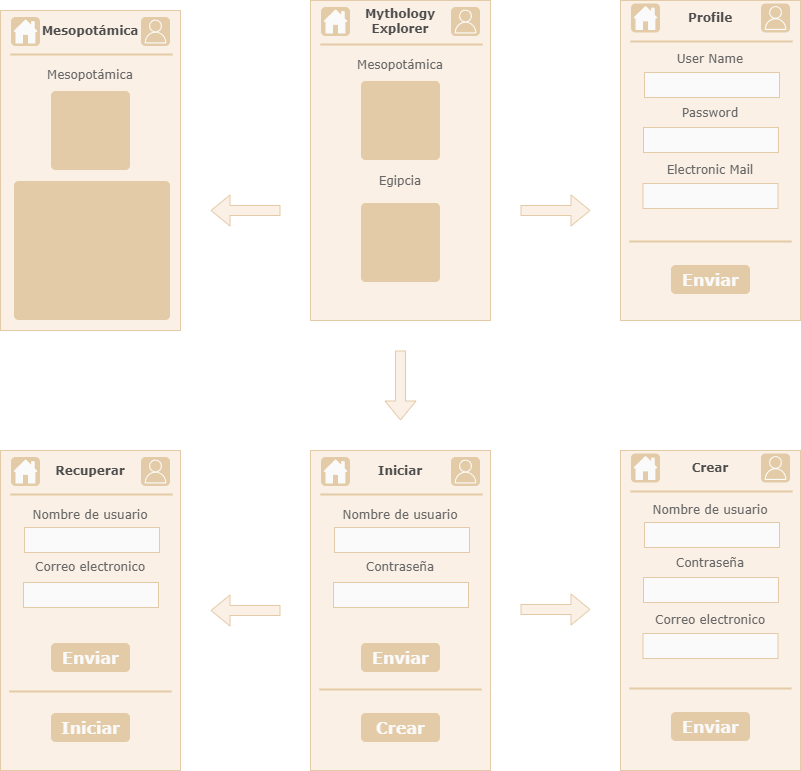
Before: images/mookups.drawio.png, a diagram exported from draw.io (alexfdb/mythology-explorer). Source tidied: cells renumbered, new cells last; positions are measured from the earlier drawing's top-left corner, leaving out a move shared by most shapes.
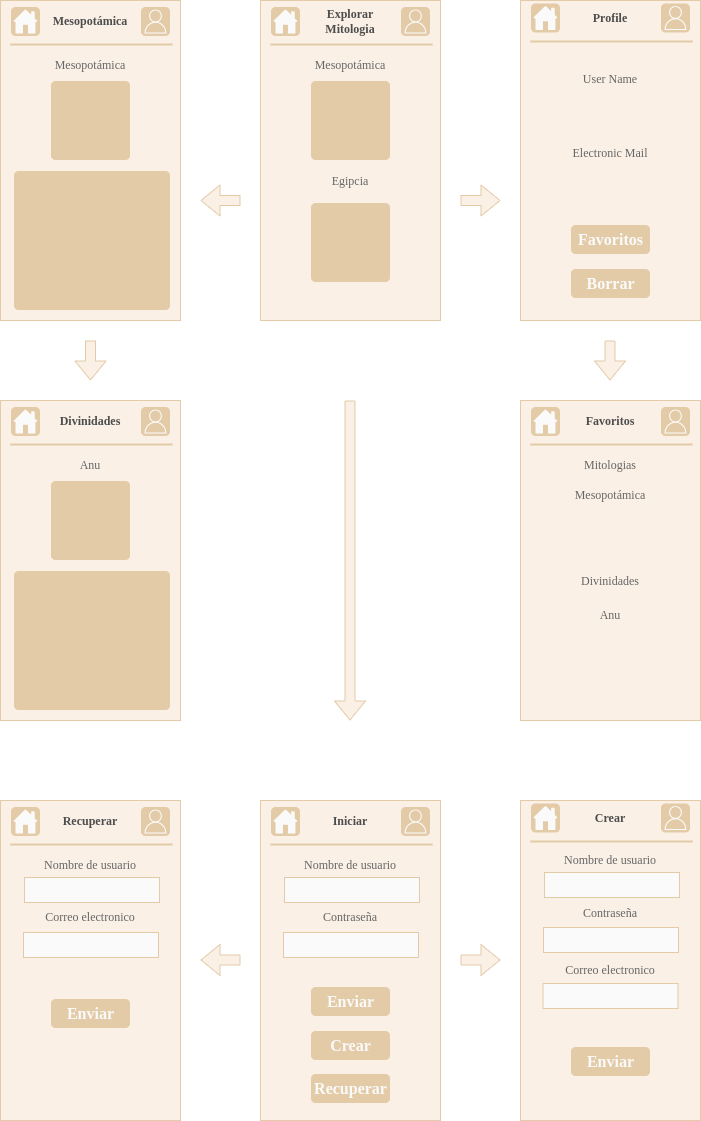
After the change.

Commit message:
Se actualizan los mookups #5

The edit, as a diff of the source:
```diff
@@ -5,3 +5,3 @@
     <mxCell id="2" style="strokeWidth=1;shadow=0;dashed=0;align=center;html=1;shape=mxgraph.mockup.forms.rrect;rSize=0;strokeColor=#E4CBA7;fillColor=#FAF0E6;rounded=1;fontColor=#D9C29E;fontFamily=Verdana;" parent="1" vertex="1">
-      <mxGeometry x="310" y="450" width="180" height="320" as="geometry" />
+      <mxGeometry x="260" y="410" width="180" height="320" as="geometry" />
     </mxCell>
@@ -24,10 +24,5 @@
       <mxGeometry y="1" width="80" height="30" relative="1" as="geometry">
-        <mxPoint x="50" y="-128" as="offset" />
+        <mxPoint x="50" y="-134" as="offset" />
       </mxGeometry>
     </mxCell>
-    <mxCell id="7" style="shape=line;strokeColor=#E4CBA7;strokeWidth=2;html=1;rounded=1;fontFamily=Verdana;" parent="2" vertex="1">
-      <mxGeometry y="1" width="162" height="10" relative="1" as="geometry">
-        <mxPoint x="9" y="-86" as="offset" />
-      </mxGeometry>
-    </mxCell>
     <mxCell id="8" style="strokeWidth=1;shadow=0;dashed=0;align=center;html=1;shape=mxgraph.mockup.forms.anchor;fontSize=12;fontColor=#666666;align=left;spacingLeft=0;rounded=1;fontFamily=Verdana;" parent="2" vertex="1">
@@ -56,3 +51,3 @@
     <mxCell id="15" value="Crear" style="strokeWidth=1;shadow=0;dashed=0;align=center;html=1;shape=mxgraph.mockup.forms.rrect;rSize=5;strokeColor=#FAF0E6;fontColor=#FAFAFA;fillColor=#E4CBA7;fontSize=16;fontStyle=1;rounded=1;fontFamily=Verdana;" parent="2" vertex="1">
-      <mxGeometry x="50" y="262" width="80" height="30" as="geometry" />
+      <mxGeometry x="50" y="230" width="80" height="30" as="geometry" />
     </mxCell>
@@ -61,4 +56,7 @@
     </mxCell>
+    <mxCell id="92" value="Recuperar" style="strokeWidth=1;shadow=0;dashed=0;align=center;html=1;shape=mxgraph.mockup.forms.rrect;rSize=5;strokeColor=#FAF0E6;fontColor=#FAFAFA;fillColor=#E4CBA7;fontSize=16;fontStyle=1;rounded=1;fontFamily=Verdana;" parent="2" vertex="1">
+      <mxGeometry x="50" y="273" width="80" height="30" as="geometry" />
+    </mxCell>
     <mxCell id="17" style="strokeWidth=1;shadow=0;dashed=0;align=center;html=1;shape=mxgraph.mockup.forms.rrect;rSize=0;strokeColor=#E4CBA7;fillColor=#FAF0E6;rounded=1;fontColor=#D9C29E;fontFamily=Verdana;" parent="1" vertex="1">
-      <mxGeometry x="620" y="450" width="180" height="320" as="geometry" />
+      <mxGeometry x="520" y="410" width="180" height="320" as="geometry" />
     </mxCell>
@@ -79,7 +77,2 @@
     </mxCell>
-    <mxCell id="21" style="shape=line;strokeColor=#E4CBA7;strokeWidth=2;html=1;rounded=1;fontFamily=Verdana;" parent="17" vertex="1">
-      <mxGeometry y="1" width="162" height="10" relative="1" as="geometry">
-        <mxPoint x="9" y="-87" as="offset" />
-      </mxGeometry>
-    </mxCell>
     <mxCell id="22" style="strokeWidth=1;shadow=0;dashed=0;align=center;html=1;shape=mxgraph.mockup.forms.anchor;fontSize=12;fontColor=#666666;align=left;spacingLeft=0;rounded=1;fontFamily=Verdana;" parent="17" vertex="1">
@@ -91,3 +84,3 @@
       <mxGeometry y="1" width="80" height="30" relative="1" as="geometry">
-        <mxPoint x="50" y="-59" as="offset" />
+        <mxPoint x="50" y="-74" as="offset" />
       </mxGeometry>
@@ -123,4 +116,4 @@
       <mxGeometry relative="1" as="geometry">
-        <mxPoint x="520" y="609" as="sourcePoint" />
-        <mxPoint x="590" y="609" as="targetPoint" />
+        <mxPoint x="460" y="569.5" as="sourcePoint" />
+        <mxPoint x="500" y="569.5" as="targetPoint" />
       </mxGeometry>
@@ -128,3 +121,3 @@
     <mxCell id="34" style="strokeWidth=1;shadow=0;dashed=0;align=center;html=1;shape=mxgraph.mockup.forms.rrect;rSize=0;strokeColor=#E4CBA7;fillColor=#FAF0E6;rounded=1;fontColor=#D9C29E;fontFamily=Verdana;" parent="1" vertex="1">
-      <mxGeometry y="450" width="180" height="320" as="geometry" />
+      <mxGeometry y="410" width="180" height="320" as="geometry" />
     </mxCell>
@@ -147,10 +140,5 @@
       <mxGeometry y="1" width="80" height="30" relative="1" as="geometry">
-        <mxPoint x="50" y="-128" as="offset" />
+        <mxPoint x="50" y="-122" as="offset" />
       </mxGeometry>
     </mxCell>
-    <mxCell id="39" style="shape=line;strokeColor=#E4CBA7;strokeWidth=2;html=1;rounded=1;fontFamily=Verdana;" parent="34" vertex="1">
-      <mxGeometry y="1" width="162" height="10" relative="1" as="geometry">
-        <mxPoint x="9" y="-84" as="offset" />
-      </mxGeometry>
-    </mxCell>
     <mxCell id="40" style="strokeWidth=1;shadow=0;dashed=0;align=center;html=1;shape=mxgraph.mockup.forms.anchor;fontSize=12;fontColor=#666666;align=left;spacingLeft=0;rounded=1;fontFamily=Verdana;" parent="34" vertex="1">
@@ -181,9 +169,6 @@
     </mxCell>
-    <mxCell id="48" value="Iniciar" style="strokeWidth=1;shadow=0;dashed=0;align=center;html=1;shape=mxgraph.mockup.forms.rrect;rSize=5;strokeColor=#FAF0E6;fontColor=#FAFAFA;fillColor=#E4CBA7;fontSize=16;fontStyle=1;rounded=1;fontFamily=Verdana;" parent="34" vertex="1">
-      <mxGeometry x="50" y="262" width="80" height="30" as="geometry" />
-    </mxCell>
     <mxCell id="49" style="shape=flexArrow;endArrow=classic;html=1;rounded=1;labelBackgroundColor=#FAF0E6;fillColor=#FAF0E6;strokeColor=#E4CBA7;fontFamily=Verdana;" parent="1" edge="1">
       <mxGeometry relative="1" as="geometry">
-        <mxPoint x="280" y="610" as="sourcePoint" />
-        <mxPoint x="210" y="610" as="targetPoint" />
+        <mxPoint x="240" y="569.5" as="sourcePoint" />
+        <mxPoint x="200" y="569.5" as="targetPoint" />
       </mxGeometry>
@@ -191,3 +176,3 @@
     <mxCell id="50" style="strokeWidth=1;shadow=0;dashed=0;align=center;html=1;shape=mxgraph.mockup.forms.rrect;rSize=0;strokeColor=#E4CBA7;fillColor=#FAF0E6;rounded=1;fontColor=#D9C29E;fontFamily=Verdana;" parent="1" vertex="1">
-      <mxGeometry x="310" width="180" height="320" as="geometry" />
+      <mxGeometry x="260" y="-390" width="180" height="320" as="geometry" />
     </mxCell>
@@ -221,3 +206,3 @@
     </mxCell>
-    <mxCell id="59" value="&lt;font style=&quot;color: rgb(77, 77, 77);&quot;&gt;Mythology&lt;/font&gt;&lt;div&gt;&lt;font style=&quot;color: rgb(77, 77, 77);&quot;&gt;Explorer&lt;/font&gt;&lt;/div&gt;" style="text;html=1;align=center;verticalAlign=middle;whiteSpace=wrap;rounded=0;fontColor=#4D4D4D;fontSize=12;fontStyle=1;fontFamily=Verdana;" parent="50" vertex="1">
+    <mxCell id="59" value="Explorar&lt;div&gt;Mitologia&lt;/div&gt;" style="text;html=1;align=center;verticalAlign=middle;whiteSpace=wrap;rounded=0;fontColor=#4D4D4D;fontSize=12;fontStyle=1;fontFamily=Verdana;" parent="50" vertex="1">
       <mxGeometry x="20" y="3.5" width="140" height="35" as="geometry" />
@@ -232,4 +217,4 @@
       <mxGeometry relative="1" as="geometry">
-        <mxPoint x="400" y="350" as="sourcePoint" />
-        <mxPoint x="400" y="420" as="targetPoint" />
+        <mxPoint x="349.5" y="10" as="sourcePoint" />
+        <mxPoint x="349.5" y="330" as="targetPoint" />
       </mxGeometry>
@@ -237,3 +222,3 @@
     <mxCell id="63" style="strokeWidth=1;shadow=0;dashed=0;align=center;html=1;shape=mxgraph.mockup.forms.rrect;rSize=0;strokeColor=#E4CBA7;fillColor=#FAF0E6;rounded=1;fontColor=#D9C29E;fontFamily=Verdana;" parent="1" vertex="1">
-      <mxGeometry y="10" width="180" height="320" as="geometry" />
+      <mxGeometry y="-390" width="180" height="320" as="geometry" />
     </mxCell>
@@ -275,4 +260,4 @@
       <mxGeometry relative="1" as="geometry">
-        <mxPoint x="280" y="210" as="sourcePoint" />
-        <mxPoint x="210" y="210" as="targetPoint" />
+        <mxPoint x="240" y="-190" as="sourcePoint" />
+        <mxPoint x="200" y="-190" as="targetPoint" />
       </mxGeometry>
@@ -281,4 +266,4 @@
       <mxGeometry relative="1" as="geometry">
-        <mxPoint x="520" y="210" as="sourcePoint" />
-        <mxPoint x="590" y="210" as="targetPoint" />
+        <mxPoint x="460" y="-190" as="sourcePoint" />
+        <mxPoint x="500" y="-190" as="targetPoint" />
       </mxGeometry>
@@ -286,3 +271,3 @@
     <mxCell id="76" style="strokeWidth=1;shadow=0;dashed=0;align=center;html=1;shape=mxgraph.mockup.forms.rrect;rSize=0;strokeColor=#E4CBA7;fillColor=#FAF0E6;rounded=1;fontColor=#D9C29E;fontFamily=Verdana;" parent="1" vertex="1">
-      <mxGeometry x="620" width="180" height="320" as="geometry" />
+      <mxGeometry x="520" y="-390" width="180" height="320" as="geometry" />
     </mxCell>
@@ -293,17 +278,2 @@
     </mxCell>
-    <mxCell id="78" style="strokeWidth=1;shadow=0;dashed=0;align=center;html=1;shape=mxgraph.mockup.forms.rrect;rSize=0;strokeColor=#E4CBA7;fontColor=#666666;align=left;spacingLeft=5;rounded=1;fillColor=#FAFAFA;fontFamily=Verdana;" parent="76" vertex="1">
-      <mxGeometry width="135" height="25" relative="1" as="geometry">
-        <mxPoint x="24" y="72" as="offset" />
-      </mxGeometry>
-    </mxCell>
-    <mxCell id="79" style="strokeWidth=1;shadow=0;dashed=0;align=center;html=1;shape=mxgraph.mockup.forms.rrect;rSize=0;strokeColor=#E4CBA7;fontColor=#666666;align=left;spacingLeft=5;rounded=1;fillColor=#FAFAFA;fontFamily=Verdana;" parent="76" vertex="1">
-      <mxGeometry width="135" height="25" relative="1" as="geometry">
-        <mxPoint x="23" y="127" as="offset" />
-      </mxGeometry>
-    </mxCell>
-    <mxCell id="80" style="shape=line;strokeColor=#E4CBA7;strokeWidth=2;html=1;rounded=1;fontFamily=Verdana;" parent="76" vertex="1">
-      <mxGeometry y="1" width="162" height="10" relative="1" as="geometry">
-        <mxPoint x="9" y="-84" as="offset" />
-      </mxGeometry>
-    </mxCell>
     <mxCell id="81" style="strokeWidth=1;shadow=0;dashed=0;align=center;html=1;shape=mxgraph.mockup.forms.anchor;fontSize=12;fontColor=#666666;align=left;spacingLeft=0;rounded=1;fontFamily=Verdana;" parent="76" vertex="1">
@@ -313,18 +283,9 @@
     </mxCell>
-    <mxCell id="82" value="Enviar" style="strokeWidth=1;shadow=0;dashed=0;align=center;html=1;shape=mxgraph.mockup.forms.rrect;rSize=5;strokeColor=#FAF0E6;fontColor=#FAFAFA;fillColor=#E4CBA7;fontSize=16;fontStyle=1;rounded=1;fontFamily=Verdana;" parent="76" vertex="1">
+    <mxCell id="82" value="Favoritos" style="strokeWidth=1;shadow=0;dashed=0;align=center;html=1;shape=mxgraph.mockup.forms.rrect;rSize=5;strokeColor=#FAF0E6;fontColor=#FAFAFA;fillColor=#E4CBA7;fontSize=16;fontStyle=1;rounded=1;fontFamily=Verdana;" parent="76" vertex="1">
       <mxGeometry y="1" width="80" height="30" relative="1" as="geometry">
-        <mxPoint x="50" y="-56" as="offset" />
+        <mxPoint x="50" y="-96" as="offset" />
       </mxGeometry>
     </mxCell>
-    <mxCell id="83" value="User Name" style="text;html=1;align=center;verticalAlign=middle;whiteSpace=wrap;rounded=0;fontColor=#666666;fontFamily=Verdana;" parent="76" vertex="1">
-      <mxGeometry x="55" y="54" width="70" height="10" as="geometry" />
-    </mxCell>
-    <mxCell id="84" value="Password" style="text;html=1;align=center;verticalAlign=middle;whiteSpace=wrap;rounded=0;fontColor=#666666;fontFamily=Verdana;" parent="76" vertex="1">
-      <mxGeometry x="55" y="108" width="70" height="10" as="geometry" />
-    </mxCell>
-    <mxCell id="85" style="strokeWidth=1;shadow=0;dashed=0;align=center;html=1;shape=mxgraph.mockup.forms.rrect;rSize=0;strokeColor=#E4CBA7;fontColor=#666666;align=left;spacingLeft=5;rounded=1;fillColor=#FAFAFA;fontFamily=Verdana;" parent="76" vertex="1">
-      <mxGeometry x="22.5" y="183" width="135" height="25" as="geometry" />
-    </mxCell>
     <mxCell id="86" value="Electronic Mail" style="text;html=1;align=center;verticalAlign=middle;whiteSpace=wrap;rounded=0;fontColor=#666666;fontFamily=Verdana;" parent="76" vertex="1">
-      <mxGeometry x="20" y="165" width="140" height="10" as="geometry" />
+      <mxGeometry x="20" y="148" width="140" height="10" as="geometry" />
     </mxCell>
@@ -345,2 +306,97 @@
     </mxCell>
+    <mxCell id="93" value="Borrar" style="strokeWidth=1;shadow=0;dashed=0;align=center;html=1;shape=mxgraph.mockup.forms.rrect;rSize=5;strokeColor=#FAF0E6;fontColor=#FAFAFA;fillColor=#E4CBA7;fontSize=16;fontStyle=1;rounded=1;fontFamily=Verdana;" parent="76" vertex="1">
+      <mxGeometry x="50" y="268" width="80" height="30" as="geometry" />
+    </mxCell>
+    <mxCell id="94" style="shape=flexArrow;endArrow=classic;html=1;rounded=1;labelBackgroundColor=#FAF0E6;fillColor=#FAF0E6;strokeColor=#E4CBA7;fontFamily=Verdana;" parent="1" edge="1">
+      <mxGeometry relative="1" as="geometry">
+        <mxPoint x="90" y="-50" as="sourcePoint" />
+        <mxPoint x="90" y="-10" as="targetPoint" />
+      </mxGeometry>
+    </mxCell>
+    <mxCell id="95" style="shape=flexArrow;endArrow=classic;html=1;rounded=1;labelBackgroundColor=#FAF0E6;fillColor=#FAF0E6;strokeColor=#E4CBA7;fontFamily=Verdana;" parent="1" edge="1">
+      <mxGeometry relative="1" as="geometry">
+        <mxPoint x="609.5" y="-50" as="sourcePoint" />
+        <mxPoint x="609.5" y="-10" as="targetPoint" />
+      </mxGeometry>
+    </mxCell>
+    <mxCell id="96" style="strokeWidth=1;shadow=0;dashed=0;align=center;html=1;shape=mxgraph.mockup.forms.rrect;rSize=0;strokeColor=#E4CBA7;fillColor=#FAF0E6;rounded=1;fontColor=#D9C29E;fontFamily=Verdana;" parent="1" vertex="1">
+      <mxGeometry y="10" width="180" height="320" as="geometry" />
+    </mxCell>
+    <mxCell id="97" style="shape=line;strokeColor=#E4CBA7;strokeWidth=2;html=1;rounded=1;fontFamily=Verdana;" parent="96" vertex="1">
+      <mxGeometry width="162" height="10" relative="1" as="geometry">
+        <mxPoint x="10" y="39" as="offset" />
+      </mxGeometry>
+    </mxCell>
+    <mxCell id="98" style="strokeWidth=1;shadow=0;dashed=0;align=center;html=1;shape=mxgraph.mockup.forms.anchor;fontSize=12;fontColor=#666666;align=left;spacingLeft=0;rounded=1;fontFamily=Verdana;" parent="96" vertex="1">
+      <mxGeometry y="1" width="135" height="20" relative="1" as="geometry">
+        <mxPoint x="10" y="-64" as="offset" />
+      </mxGeometry>
+    </mxCell>
+    <mxCell id="99" value="Anu" style="text;html=1;align=center;verticalAlign=middle;whiteSpace=wrap;rounded=0;fontColor=#666666;fontFamily=Verdana;" parent="96" vertex="1">
+      <mxGeometry x="55" y="60" width="70" height="10" as="geometry" />
+    </mxCell>
+    <mxCell id="100" style="strokeWidth=1;shadow=0;dashed=0;align=center;html=1;shape=mxgraph.mockup.forms.rrect;rSize=5;strokeColor=#FAF0E6;fontColor=#FAFAFA;fillColor=#E4CBA7;fontSize=16;fontStyle=1;rounded=1;fontFamily=Verdana;" parent="96" vertex="1">
+      <mxGeometry x="10" y="6" width="30" height="30" as="geometry" />
+    </mxCell>
+    <mxCell id="101" style="strokeWidth=1;shadow=0;dashed=0;align=center;html=1;shape=mxgraph.mockup.forms.rrect;rSize=5;strokeColor=#FAF0E6;fontColor=#FAFAFA;fillColor=#E4CBA7;fontSize=16;fontStyle=1;rounded=1;fontFamily=Verdana;" parent="96" vertex="1">
+      <mxGeometry x="140" y="6" width="30" height="30" as="geometry" />
+    </mxCell>
+    <mxCell id="102" style="sketch=0;shadow=0;dashed=0;html=1;strokeColor=none;labelPosition=center;verticalLabelPosition=bottom;verticalAlign=top;align=center;shape=mxgraph.office.concepts.home;fillColor=#FAFAFA;rounded=1;fontFamily=Verdana;" parent="96" vertex="1">
+      <mxGeometry x="13" y="9" width="24" height="24" as="geometry" />
+    </mxCell>
+    <mxCell id="103" style="sketch=0;fontColor=#232F3E;gradientColor=none;fillColor=#FAFAFA;strokeColor=none;dashed=0;verticalLabelPosition=bottom;verticalAlign=top;align=center;html=1;fontSize=12;fontStyle=0;shape=mxgraph.aws4.user;rounded=1;fontFamily=Verdana;" parent="96" vertex="1">
+      <mxGeometry x="143" y="9" width="24" height="24" as="geometry" />
+    </mxCell>
+    <mxCell id="104" value="Divinidades" style="text;html=1;align=center;verticalAlign=middle;whiteSpace=wrap;rounded=0;fontColor=#4D4D4D;fontSize=12;fontStyle=1;fontFamily=Verdana;" parent="96" vertex="1">
+      <mxGeometry x="20" y="3.5" width="140" height="35" as="geometry" />
+    </mxCell>
+    <mxCell id="105" style="strokeWidth=1;shadow=0;dashed=0;align=center;html=1;shape=mxgraph.mockup.forms.rrect;rSize=5;strokeColor=#FAF0E6;fontColor=#FAFAFA;fillColor=#E4CBA7;fontSize=16;fontStyle=1;rounded=1;fontFamily=Verdana;" parent="96" vertex="1">
+      <mxGeometry x="50" y="80" width="80" height="80" as="geometry" />
+    </mxCell>
+    <mxCell id="106" style="strokeWidth=1;shadow=0;dashed=0;align=center;html=1;shape=mxgraph.mockup.forms.rrect;rSize=5;strokeColor=#FAF0E6;fontColor=#FAFAFA;fillColor=#E4CBA7;fontSize=16;fontStyle=1;rounded=1;fontFamily=Verdana;" parent="96" vertex="1">
+      <mxGeometry x="13" y="170" width="157" height="140" as="geometry" />
+    </mxCell>
+    <mxCell id="107" style="strokeWidth=1;shadow=0;dashed=0;align=center;html=1;shape=mxgraph.mockup.forms.rrect;rSize=0;strokeColor=#E4CBA7;fillColor=#FAF0E6;rounded=1;fontColor=#D9C29E;fontFamily=Verdana;" parent="1" vertex="1">
+      <mxGeometry x="520" y="10" width="180" height="320" as="geometry" />
+    </mxCell>
+    <mxCell id="108" style="shape=line;strokeColor=#E4CBA7;strokeWidth=2;html=1;rounded=1;fontFamily=Verdana;" parent="107" vertex="1">
+      <mxGeometry width="162" height="10" relative="1" as="geometry">
+        <mxPoint x="10" y="39" as="offset" />
+      </mxGeometry>
+    </mxCell>
+    <mxCell id="109" style="strokeWidth=1;shadow=0;dashed=0;align=center;html=1;shape=mxgraph.mockup.forms.anchor;fontSize=12;fontColor=#666666;align=left;spacingLeft=0;rounded=1;fontFamily=Verdana;" parent="107" vertex="1">
+      <mxGeometry y="1" width="135" height="20" relative="1" as="geometry">
+        <mxPoint x="10" y="-64" as="offset" />
+      </mxGeometry>
+    </mxCell>
+    <mxCell id="110" value="Mitologias" style="text;html=1;align=center;verticalAlign=middle;whiteSpace=wrap;rounded=0;fontColor=#666666;fontFamily=Verdana;" parent="107" vertex="1">
+      <mxGeometry x="55" y="60" width="70" height="10" as="geometry" />
+    </mxCell>
+    <mxCell id="111" value="Divinidades" style="text;html=1;align=center;verticalAlign=middle;whiteSpace=wrap;rounded=0;fontColor=#666666;fontFamily=Verdana;" parent="107" vertex="1">
+      <mxGeometry x="55" y="176" width="70" height="10" as="geometry" />
+    </mxCell>
+    <mxCell id="112" style="strokeWidth=1;shadow=0;dashed=0;align=center;html=1;shape=mxgraph.mockup.forms.rrect;rSize=5;strokeColor=#FAF0E6;fontColor=#FAFAFA;fillColor=#E4CBA7;fontSize=16;fontStyle=1;rounded=1;fontFamily=Verdana;" parent="107" vertex="1">
+      <mxGeometry x="10" y="6" width="30" height="30" as="geometry" />
+    </mxCell>
+    <mxCell id="113" style="strokeWidth=1;shadow=0;dashed=0;align=center;html=1;shape=mxgraph.mockup.forms.rrect;rSize=5;strokeColor=#FAF0E6;fontColor=#FAFAFA;fillColor=#E4CBA7;fontSize=16;fontStyle=1;rounded=1;fontFamily=Verdana;" parent="107" vertex="1">
+      <mxGeometry x="140" y="6" width="30" height="30" as="geometry" />
+    </mxCell>
+    <mxCell id="114" style="sketch=0;shadow=0;dashed=0;html=1;strokeColor=none;labelPosition=center;verticalLabelPosition=bottom;verticalAlign=top;align=center;shape=mxgraph.office.concepts.home;fillColor=#FAFAFA;rounded=1;fontFamily=Verdana;" parent="107" vertex="1">
+      <mxGeometry x="13" y="9" width="24" height="24" as="geometry" />
+    </mxCell>
+    <mxCell id="115" style="sketch=0;fontColor=#232F3E;gradientColor=none;fillColor=#FAFAFA;strokeColor=none;dashed=0;verticalLabelPosition=bottom;verticalAlign=top;align=center;html=1;fontSize=12;fontStyle=0;shape=mxgraph.aws4.user;rounded=1;fontFamily=Verdana;" parent="107" vertex="1">
+      <mxGeometry x="143" y="9" width="24" height="24" as="geometry" />
+    </mxCell>
+    <mxCell id="116" value="Favoritos" style="text;html=1;align=center;verticalAlign=middle;whiteSpace=wrap;rounded=0;fontColor=#4D4D4D;fontSize=12;fontStyle=1;fontFamily=Verdana;" parent="107" vertex="1">
+      <mxGeometry x="20" y="3.5" width="140" height="35" as="geometry" />
+    </mxCell>
+    <mxCell id="117" value="Anu" style="text;html=1;align=center;verticalAlign=middle;whiteSpace=wrap;rounded=0;fontColor=#666666;fontFamily=Verdana;" parent="107" vertex="1">
+      <mxGeometry x="55" y="210" width="70" height="10" as="geometry" />
+    </mxCell>
+    <mxCell id="118" value="Mesopotámica" style="text;html=1;align=center;verticalAlign=middle;whiteSpace=wrap;rounded=0;fontColor=#666666;fontFamily=Verdana;" parent="107" vertex="1">
+      <mxGeometry x="55" y="90" width="70" height="10" as="geometry" />
+    </mxCell>
+    <mxCell id="83" value="User Name" style="text;html=1;align=center;verticalAlign=middle;whiteSpace=wrap;rounded=0;fontColor=#666666;fontFamily=Verdana;" parent="1" vertex="1">
+      <mxGeometry x="575" y="-316" width="70" height="10" as="geometry" />
+    </mxCell>
   </root>
```
